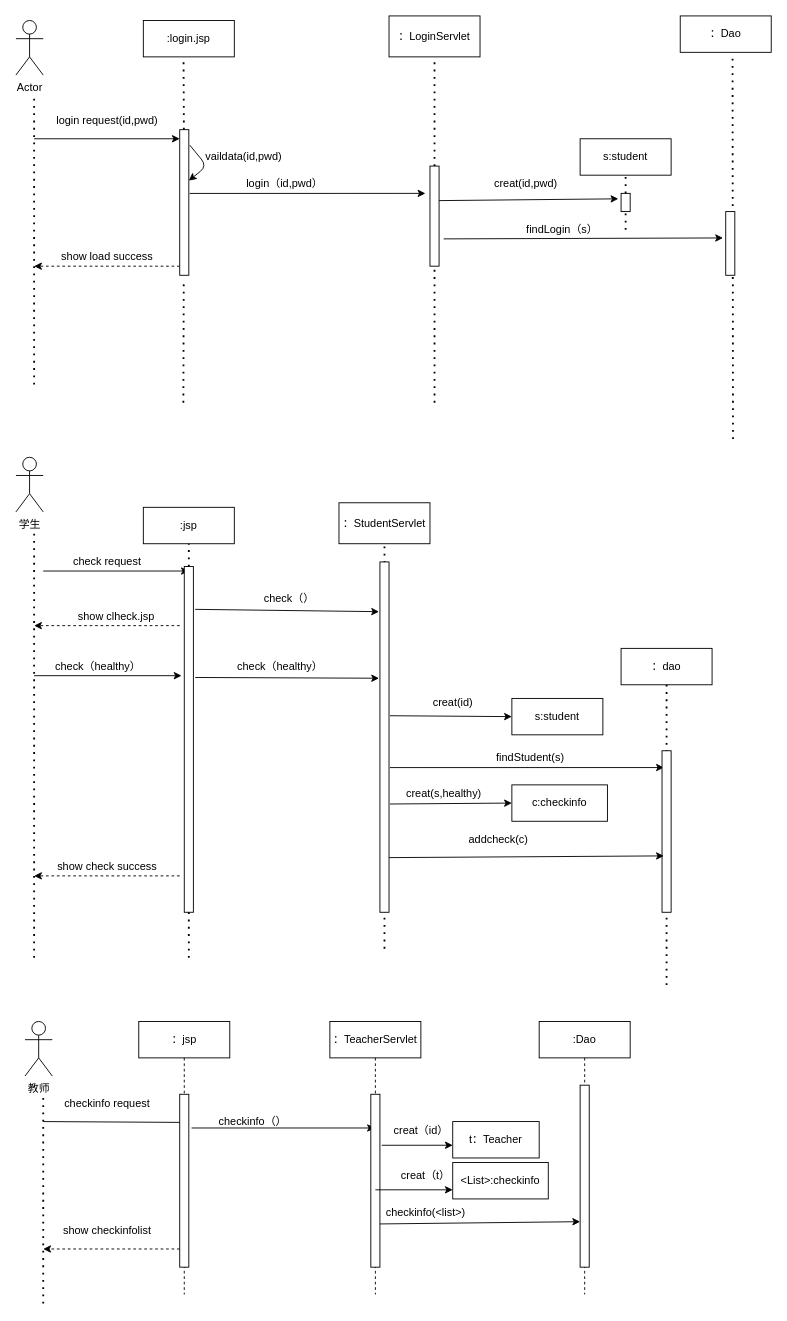
Above: 顺序图.drawio in a26680533/idcardgenerator (draw.io), before the change. Source tidied: cells renumbered, new cells numbered last; positions are measured from the earlier drawing's top-left corner, leaving out a move shared by most shapes. Both pictures are drawn from the tidied source at 91%, with x=0, y=0 at pixel (15, 15).
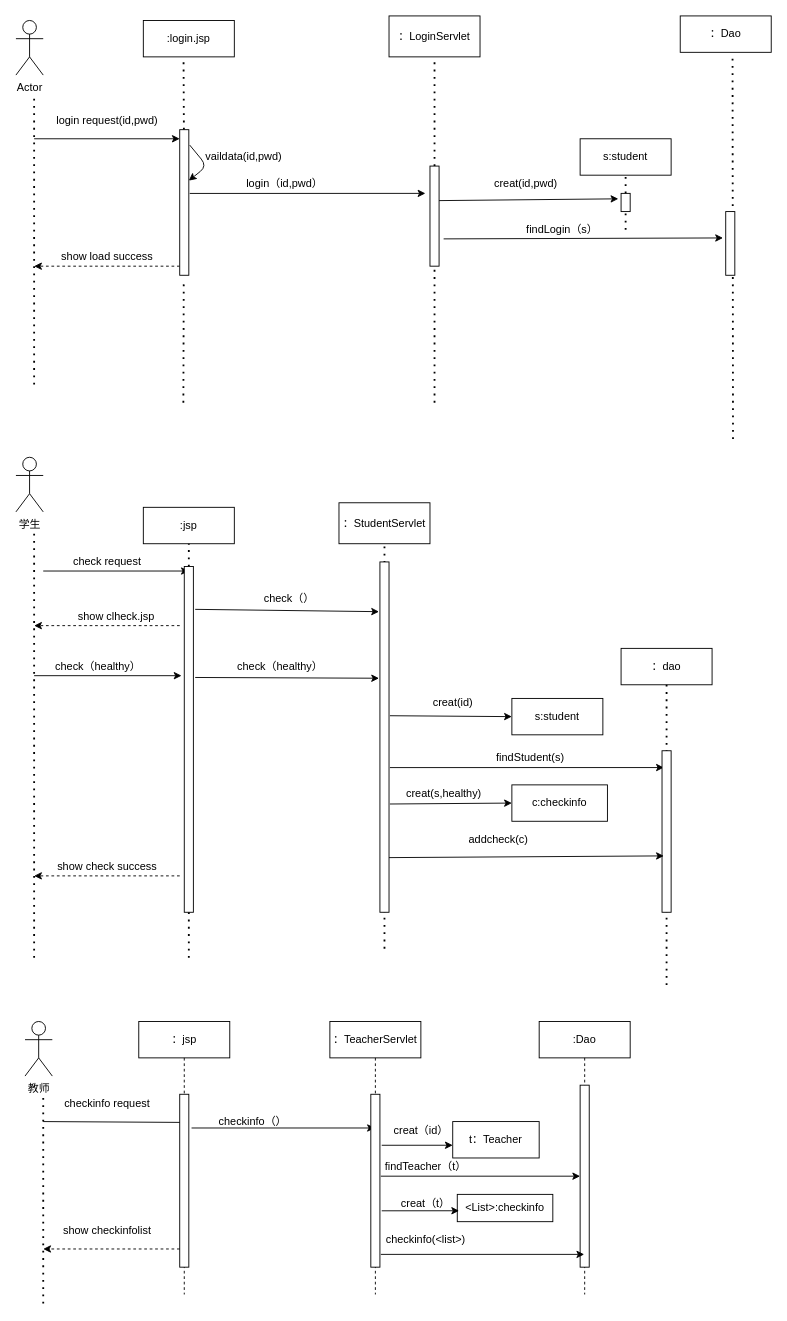
Above is the later version.

Commit message:
更新顺序图.drawio

Unchanged cells that the change refers to:
```xml
<mxCell id="69" value=":Dao" style="shape=umlLifeline;perimeter=lifelinePerimeter;whiteSpace=wrap;html=1;outlineConnect=0;" parent="1" vertex="1">
  <mxGeometry x="575" y="1105" width="100" height="300" as="geometry" />
</mxCell>
<mxCell id="70" style="rounded=0;whiteSpace=wrap;html=1;" parent="69" vertex="1">
  <mxGeometry x="45" y="70" width="10" height="200" as="geometry" />
</mxCell>
<mxCell id="75" style="rounded=0;whiteSpace=wrap;html=1;" parent="1" vertex="1">
  <mxGeometry x="390" y="1185" width="10" height="190" as="geometry" />
</mxCell>
```

Change to the diagram source:
```diff
@@
     <mxCell id="80" value="&amp;lt;List&amp;gt;:checkinfo" style="rounded=0;whiteSpace=wrap;html=1;" parent="1" vertex="1">
-      <mxGeometry x="480" y="1260" width="105" height="40" as="geometry" />
+      <mxGeometry x="485" y="1295" width="105" height="30" as="geometry" />
     </mxCell>
     <mxCell id="81" value="creat（t）" style="text;html=1;align=center;verticalAlign=middle;points=[];" parent="1" vertex="1">
-      <mxGeometry x="415" y="1265" width="70" height="20" as="geometry" />
+      <mxGeometry x="415" y="1295" width="70" height="20" as="geometry" />
     </mxCell>
-    <mxCell id="82" style="endArrow=classic;html=1;entryX=0;entryY=0.75;entryDx=0;entryDy=0;" parent="1" edge="1" target="80">
-      <mxGeometry relative="1" as="geometry">
-        <mxPoint x="395" y="1290" as="sourcePoint" />
-      </mxGeometry>
+    <mxCell id="82" style="endArrow=classic;html=1;exitX=1.2;exitY=0.674;exitDx=0;exitDy=0;exitPerimeter=0;entryX=1.029;entryY=0.9;entryDx=0;entryDy=0;entryPerimeter=0;" parent="1" edge="1" source="75" target="81">
+      <mxGeometry relative="1" as="geometry" />
     </mxCell>
-    <mxCell id="83" style="endArrow=classic;html=1;exitX=1;exitY=0.75;exitDx=0;exitDy=0;entryX=0;entryY=0.75;entryDx=0;entryDy=0;" parent="1" edge="1" source="75" target="70">
+    <mxCell id="83" style="endArrow=classic;html=1;exitX=1.1;exitY=0.926;exitDx=0;exitDy=0;exitPerimeter=0;" parent="1" edge="1" source="75" target="69">
       <mxGeometry relative="1" as="geometry" />
     </mxCell>
     <mxCell id="84" value="checkinfo(&amp;lt;list&amp;gt;)" style="text;html=1;align=center;verticalAlign=middle;" parent="1" vertex="1">
-      <mxGeometry x="400" y="1305" width="100" height="20" as="geometry" />
+      <mxGeometry x="400" y="1335" width="100" height="20" as="geometry" />
     </mxCell>
@@
+    <mxCell id="87" style="endArrow=classic;html=1;entryX=0;entryY=0.5;entryDx=0;entryDy=0;" parent="1" edge="1" target="70">
+      <mxGeometry relative="1" as="geometry">
+        <mxPoint x="401" y="1275" as="sourcePoint" />
+      </mxGeometry>
+    </mxCell>
+    <mxCell id="88" value="findTeacher（t）" style="text;html=1;align=center;verticalAlign=middle;" parent="1" vertex="1">
+      <mxGeometry x="400" y="1255" width="100" height="20" as="geometry" />
+    </mxCell>
```
